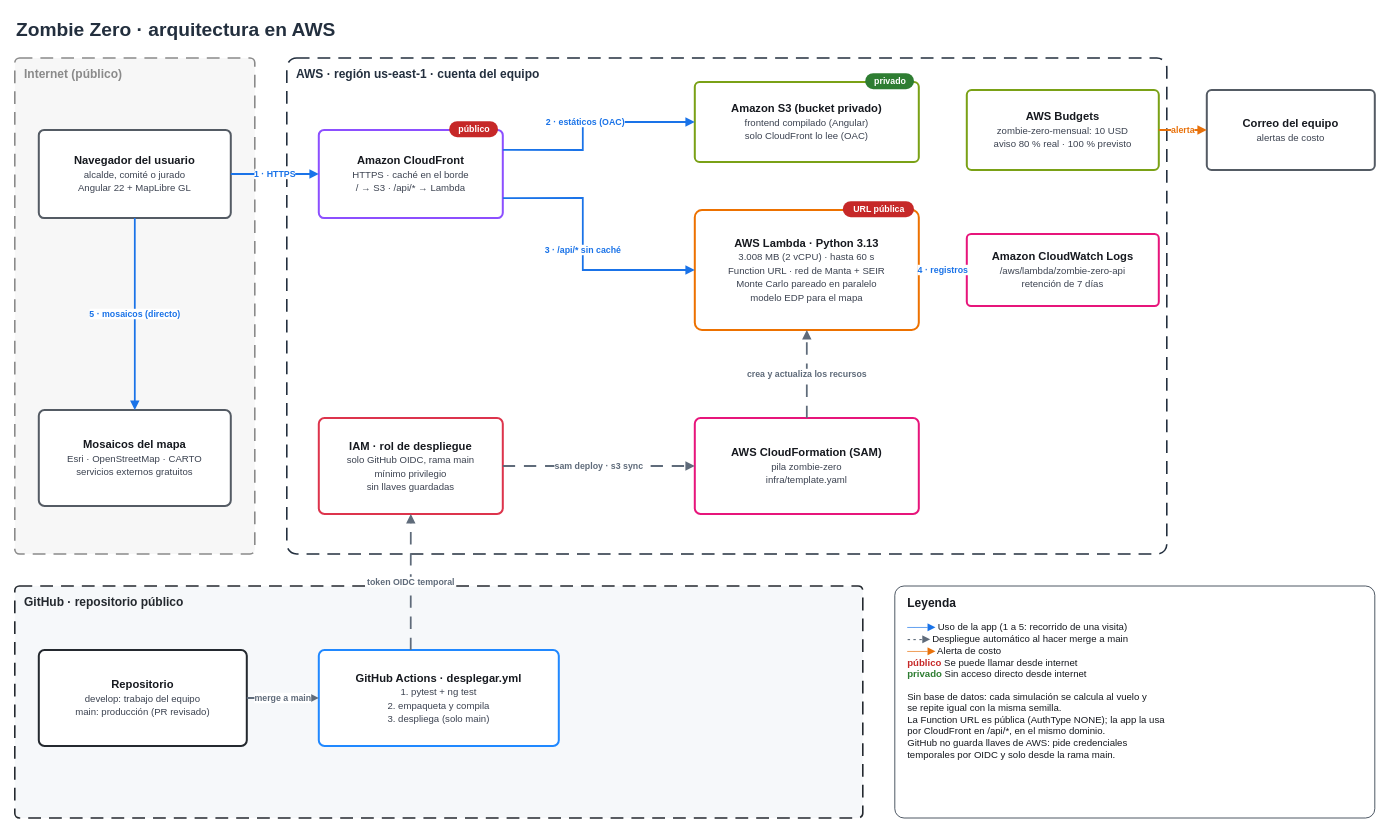
Above: docs/arquitectura.drawio in LeonardoVelez23/zombie-zero (draw.io), before the change. Source tidied: cells renumbered, new cells numbered last; positions are measured from the earlier drawing's top-left corner, leaving out a move shared by most shapes. Both pictures are drawn from the tidied source at 80%, with x=0, y=0 at pixel (14, 14).
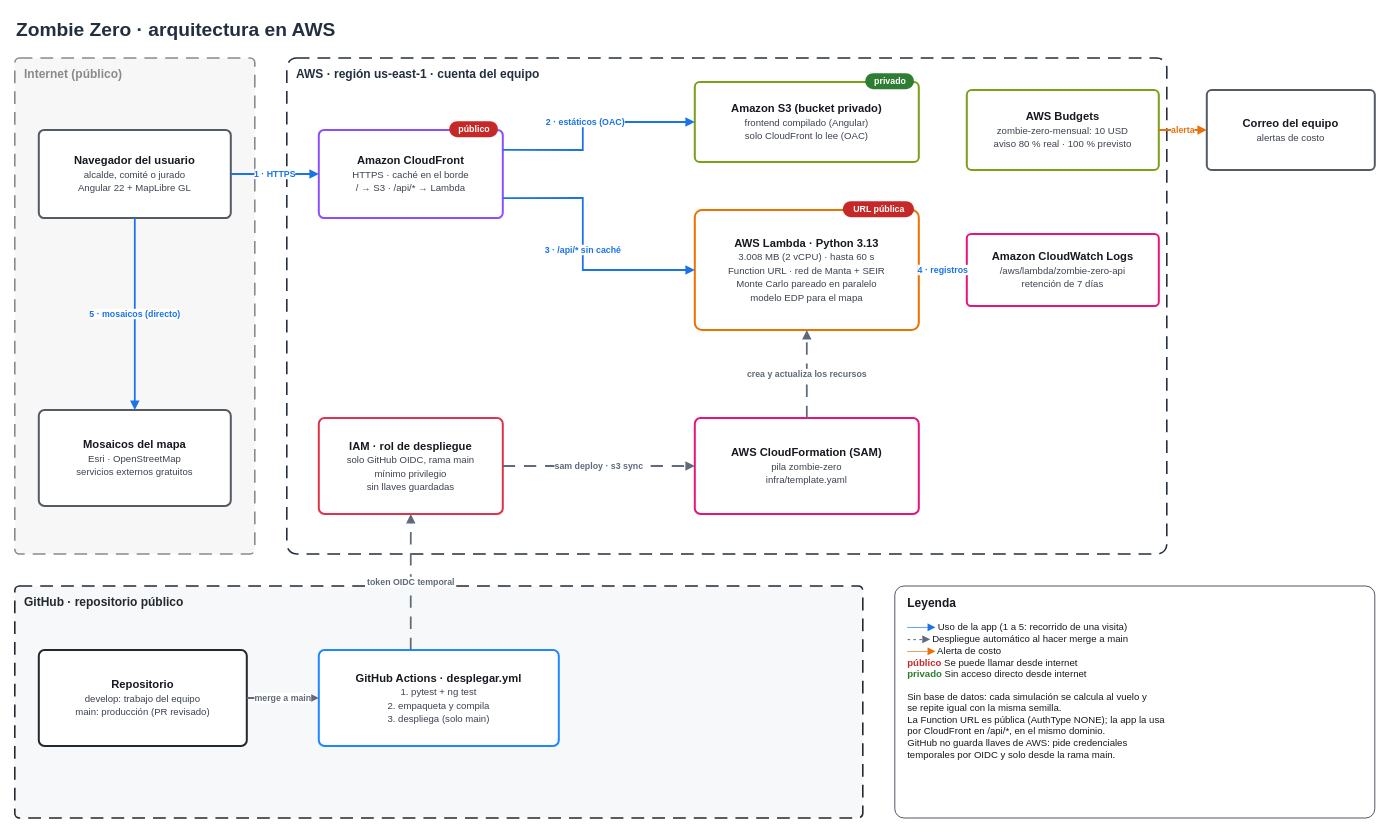
The same page after the edit.

Commit message (it also covers changes not shown here):
fix(mapa): fondo oscuro de Esri en vez de CARTO, que ahora pide una clave de API

The edit, as a diff of the source:
```diff
@@
-    <mxCell id="7" value="&lt;b&gt;Mosaicos del mapa&lt;/b&gt;&lt;br&gt;&lt;font style=&quot;font-size:12px&quot; color=&quot;#3B4250&quot;&gt;Esri · OpenStreetMap · CARTO&lt;/font&gt;&lt;br&gt;&lt;font style=&quot;font-size:12px&quot; color=&quot;#3B4250&quot;&gt;servicios externos gratuitos&lt;/font&gt;" style="rounded=1;arcSize=6;html=1;whiteSpace=wrap;fillColor=#FFFFFF;strokeColor=#545B64;strokeWidth=2.5;fontSize=14;fontColor=#16191F;" parent="1" vertex="1">
+    <mxCell id="7" value="&lt;b&gt;Mosaicos del mapa&lt;/b&gt;&lt;br&gt;&lt;font style=&quot;font-size:12px&quot; color=&quot;#3B4250&quot;&gt;Esri · OpenStreetMap&lt;/font&gt;&lt;br&gt;&lt;font style=&quot;font-size:12px&quot; color=&quot;#3B4250&quot;&gt;servicios externos gratuitos&lt;/font&gt;" style="rounded=1;arcSize=6;html=1;whiteSpace=wrap;fillColor=#FFFFFF;strokeColor=#545B64;strokeWidth=2.5;fontSize=14;fontColor=#16191F;" parent="1" vertex="1">
       <mxGeometry x="30" y="495" width="240" height="120" as="geometry" />
     </mxCell>
```
